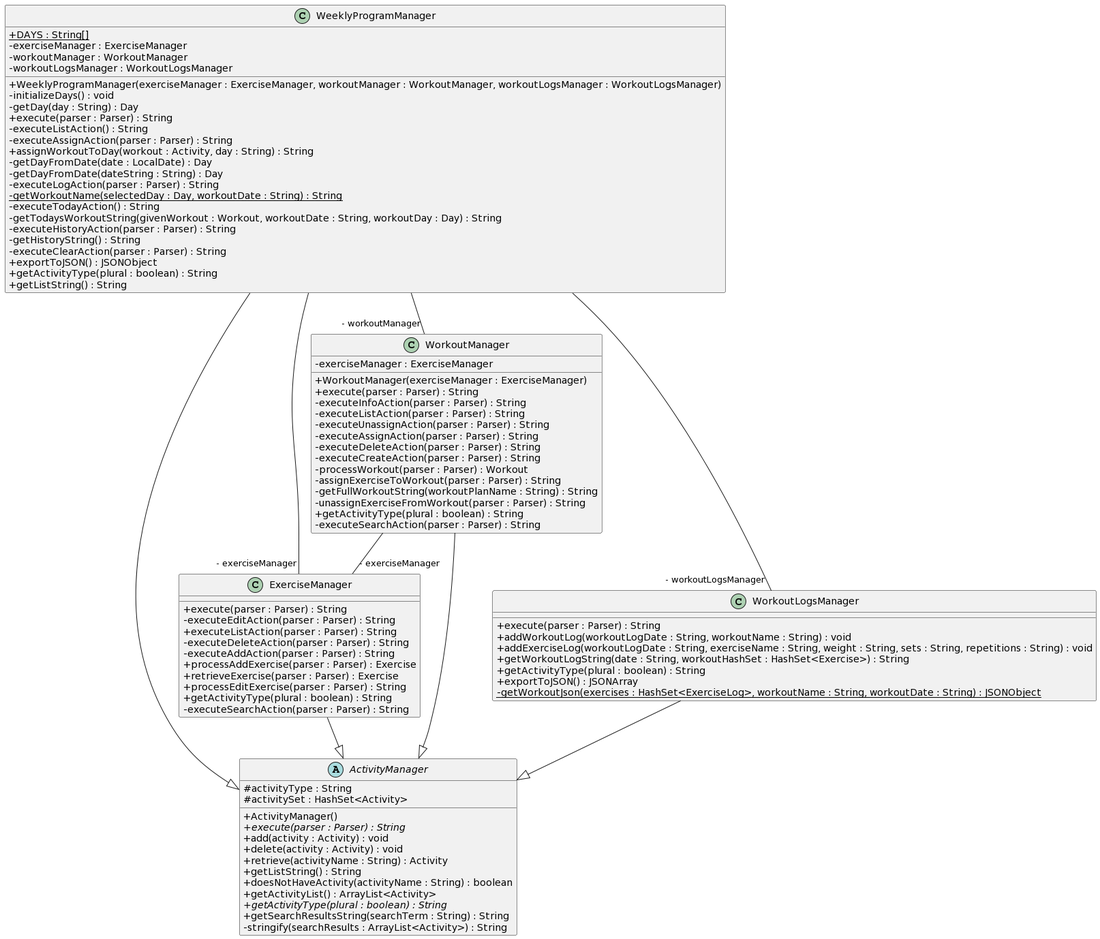
Before: docs/diagrams/ActivityManagerClassDiagram.png, a diagram exported from PlantUML (joshualeejunyi/tp). Its diagram source:
```plantuml
@startuml
skinparam classAttributeIconSize 0
class ExerciseManager{
+ execute(parser : Parser) : String
- executeEditAction(parser : Parser) : String
+ executeListAction(parser : Parser) : String
- executeDeleteAction(parser : Parser) : String
- executeAddAction(parser : Parser) : String
+ processAddExercise(parser : Parser) : Exercise
+ retrieveExercise(parser : Parser) : Exercise
+ processEditExercise(parser : Parser) : String
+ getActivityType(plural : boolean) : String
- executeSearchAction(parser : Parser) : String
}
ExerciseManager --|> ActivityManager
class WorkoutLogsManager{
+ execute(parser : Parser) : String
+ addWorkoutLog(workoutLogDate : String, workoutName : String) : void
+ addExerciseLog(workoutLogDate : String, exerciseName : String, weight : String, sets : String, repetitions : String) : void
+ getWorkoutLogString(date : String, workoutHashSet : HashSet<Exercise>) : String
+ getActivityType(plural : boolean) : String
+ exportToJSON() : JSONArray
- {static} getWorkoutJson(exercises : HashSet<ExerciseLog>, workoutName : String, workoutDate : String) : JSONObject
}
WorkoutLogsManager --|> ActivityManager
class WorkoutManager{
- exerciseManager : ExerciseManager
+ WorkoutManager(exerciseManager : ExerciseManager)
+ execute(parser : Parser) : String
- executeInfoAction(parser : Parser) : String
- executeListAction(parser : Parser) : String
- executeUnassignAction(parser : Parser) : String
- executeAssignAction(parser : Parser) : String
- executeDeleteAction(parser : Parser) : String
- executeCreateAction(parser : Parser) : String
- processWorkout(parser : Parser) : Workout
- assignExerciseToWorkout(parser : Parser) : String
- getFullWorkoutString(workoutPlanName : String) : String
- unassignExerciseFromWorkout(parser : Parser) : String
+ getActivityType(plural : boolean) : String
- executeSearchAction(parser : Parser) : String
}
WorkoutManager --|> ActivityManager
abstract class ActivityManager{
# activityType : String
# activitySet : HashSet<Activity>
+ ActivityManager()
+ {abstract} execute(parser : Parser) : String
+ add(activity : Activity) : void
+ delete(activity : Activity) : void
+ retrieve(activityName : String) : Activity
+ getListString() : String
+ doesNotHaveActivity(activityName : String) : boolean
+ getActivityList() : ArrayList<Activity>
+ {abstract} getActivityType(plural : boolean) : String
+ getSearchResultsString(searchTerm : String) : String
- stringify(searchResults : ArrayList<Activity>) : String
}
class WeeklyProgramManager{
+ {static} DAYS : String[]
- exerciseManager : ExerciseManager
- workoutManager : WorkoutManager
- workoutLogsManager : WorkoutLogsManager
+ WeeklyProgramManager(exerciseManager : ExerciseManager, workoutManager : WorkoutManager, workoutLogsManager : WorkoutLogsManager)
- initializeDays() : void
- getDay(day : String) : Day
+ execute(parser : Parser) : String
- executeListAction() : String
- executeAssignAction(parser : Parser) : String
+ assignWorkoutToDay(workout : Activity, day : String) : String
- getDayFromDate(date : LocalDate) : Day
- getDayFromDate(dateString : String) : Day
- executeLogAction(parser : Parser) : String
- {static} getWorkoutName(selectedDay : Day, workoutDate : String) : String
- executeTodayAction() : String
- getTodaysWorkoutString(givenWorkout : Workout, workoutDate : String, workoutDay : Day) : String
- executeHistoryAction(parser : Parser) : String
- getHistoryString() : String
- executeClearAction(parser : Parser) : String
+ exportToJSON() : JSONObject
+ getActivityType(plural : boolean) : String
+ getListString() : String
}
WeeklyProgramManager --|> ActivityManager
WorkoutManager--"- exerciseManager" ExerciseManager
WeeklyProgramManager--"- exerciseManager" ExerciseManager
WeeklyProgramManager--"- workoutManager" WorkoutManager
WeeklyProgramManager--"- workoutLogsManager" WorkoutLogsManager
@enduml
```
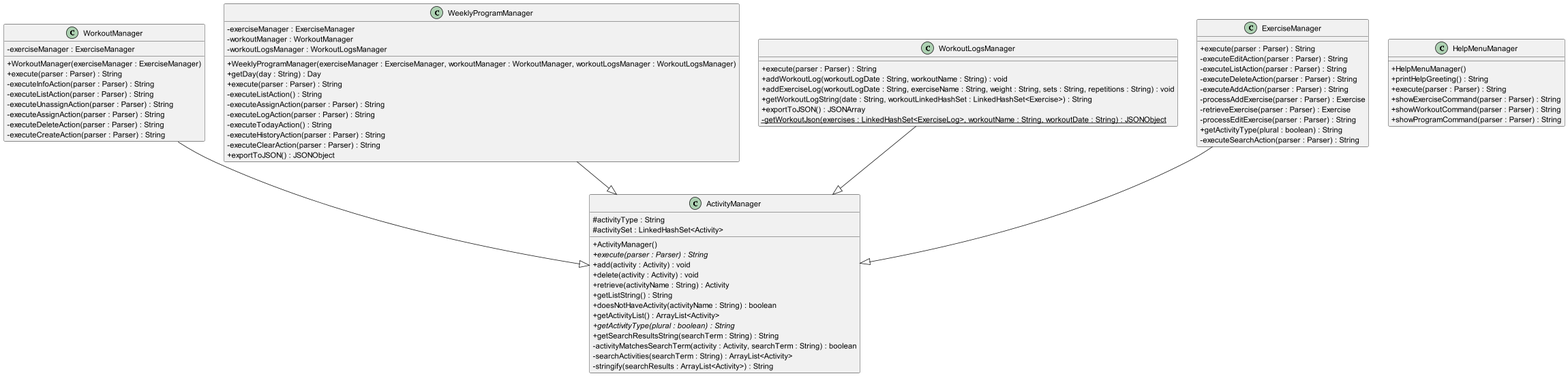
The same diagram one commit later.

The edit, as a diff of the source:
```diff
@@ -1,28 +1,5 @@
 @startuml
 skinparam classAttributeIconSize 0
-class ExerciseManager{
-+ execute(parser : Parser) : String
-- executeEditAction(parser : Parser) : String
-+ executeListAction(parser : Parser) : String
-- executeDeleteAction(parser : Parser) : String
-- executeAddAction(parser : Parser) : String
-+ processAddExercise(parser : Parser) : Exercise
-+ retrieveExercise(parser : Parser) : Exercise
-+ processEditExercise(parser : Parser) : String
-+ getActivityType(plural : boolean) : String
-- executeSearchAction(parser : Parser) : String
-}
-ExerciseManager --|> ActivityManager
-class WorkoutLogsManager{
-+ execute(parser : Parser) : String
-+ addWorkoutLog(workoutLogDate : String, workoutName : String) : void
-+ addExerciseLog(workoutLogDate : String, exerciseName : String, weight : String, sets : String, repetitions : String) : void
-+ getWorkoutLogString(date : String, workoutHashSet : HashSet<Exercise>) : String
-+ getActivityType(plural : boolean) : String
-+ exportToJSON() : JSONArray
-- {static} getWorkoutJson(exercises : HashSet<ExerciseLog>, workoutName : String, workoutDate : String) : JSONObject
-}
-WorkoutLogsManager --|> ActivityManager
 class WorkoutManager{
 - exerciseManager : ExerciseManager
 + WorkoutManager(exerciseManager : ExerciseManager)
@@ -33,17 +10,57 @@
 - executeAssignAction(parser : Parser) : String
 - executeDeleteAction(parser : Parser) : String
 - executeCreateAction(parser : Parser) : String
-- processWorkout(parser : Parser) : Workout
-- assignExerciseToWorkout(parser : Parser) : String
-- getFullWorkoutString(workoutPlanName : String) : String
-- unassignExerciseFromWorkout(parser : Parser) : String
+}
+WorkoutManager --|> ActivityManager
+class HelpMenuManager{
++ HelpMenuManager()
++ printHelpGreeting() : String
++ execute(parser : Parser) : String
++ showExerciseCommand(parser : Parser) : String
++ showWorkoutCommand(parser : Parser) : String
++ showProgramCommand(parser : Parser) : String
+}
+class WeeklyProgramManager{
+- exerciseManager : ExerciseManager
+- workoutManager : WorkoutManager
+- workoutLogsManager : WorkoutLogsManager
++ WeeklyProgramManager(exerciseManager : ExerciseManager, workoutManager : WorkoutManager, workoutLogsManager : WorkoutLogsManager)
++ getDay(day : String) : Day
++ execute(parser : Parser) : String
+- executeListAction() : String
+- executeAssignAction(parser : Parser) : String
+- executeLogAction(parser : Parser) : String
+- executeTodayAction() : String
+- executeHistoryAction(parser : Parser) : String
+- executeClearAction(parser : Parser) : String
++ exportToJSON() : JSONObject
+}
+WeeklyProgramManager --|> ActivityManager
+class WorkoutLogsManager{
++ execute(parser : Parser) : String
++ addWorkoutLog(workoutLogDate : String, workoutName : String) : void
++ addExerciseLog(workoutLogDate : String, exerciseName : String, weight : String, sets : String, repetitions : String) : void
++ getWorkoutLogString(date : String, workoutLinkedHashSet : LinkedHashSet<Exercise>) : String
++ exportToJSON() : JSONArray
+- {static} getWorkoutJson(exercises : LinkedHashSet<ExerciseLog>, workoutName : String, workoutDate : String) : JSONObject
+}
+WorkoutLogsManager --|> ActivityManager
+class ExerciseManager{
++ execute(parser : Parser) : String
+- executeEditAction(parser : Parser) : String
+- executeListAction(parser : Parser) : String
+- executeDeleteAction(parser : Parser) : String
+- executeAddAction(parser : Parser) : String
+- processAddExercise(parser : Parser) : Exercise
+- retrieveExercise(parser : Parser) : Exercise
+- processEditExercise(parser : Parser) : String
 + getActivityType(plural : boolean) : String
 - executeSearchAction(parser : Parser) : String
 }
-WorkoutManager --|> ActivityManager
-abstract class ActivityManager{
+ExerciseManager --|> ActivityManager
+class ActivityManager{
 # activityType : String
-# activitySet : HashSet<Activity>
+# activitySet : LinkedHashSet<Activity>
 + ActivityManager()
 + {abstract} execute(parser : Parser) : String
 + add(activity : Activity) : void
@@ -54,36 +71,8 @@
 + getActivityList() : ArrayList<Activity>
 + {abstract} getActivityType(plural : boolean) : String
 + getSearchResultsString(searchTerm : String) : String
+- activityMatchesSearchTerm(activity : Activity, searchTerm : String) : boolean
+- searchActivities(searchTerm : String) : ArrayList<Activity>
 - stringify(searchResults : ArrayList<Activity>) : String
 }
-class WeeklyProgramManager{
-+ {static} DAYS : String[]
-- exerciseManager : ExerciseManager
-- workoutManager : WorkoutManager
-- workoutLogsManager : WorkoutLogsManager
-+ WeeklyProgramManager(exerciseManager : ExerciseManager, workoutManager : WorkoutManager, workoutLogsManager : WorkoutLogsManager)
-- initializeDays() : void
-- getDay(day : String) : Day
-+ execute(parser : Parser) : String
-- executeListAction() : String
-- executeAssignAction(parser : Parser) : String
-+ assignWorkoutToDay(workout : Activity, day : String) : String
-- getDayFromDate(date : LocalDate) : Day
-- getDayFromDate(dateString : String) : Day
-- executeLogAction(parser : Parser) : String
-- {static} getWorkoutName(selectedDay : Day, workoutDate : String) : String
-- executeTodayAction() : String
-- getTodaysWorkoutString(givenWorkout : Workout, workoutDate : String, workoutDay : Day) : String
-- executeHistoryAction(parser : Parser) : String
-- getHistoryString() : String
-- executeClearAction(parser : Parser) : String
-+ exportToJSON() : JSONObject
-+ getActivityType(plural : boolean) : String
-+ getListString() : String
-}
-WeeklyProgramManager --|> ActivityManager
-WorkoutManager--"- exerciseManager" ExerciseManager
-WeeklyProgramManager--"- exerciseManager" ExerciseManager
-WeeklyProgramManager--"- workoutManager" WorkoutManager
-WeeklyProgramManager--"- workoutLogsManager" WorkoutLogsManager
 @enduml
```
